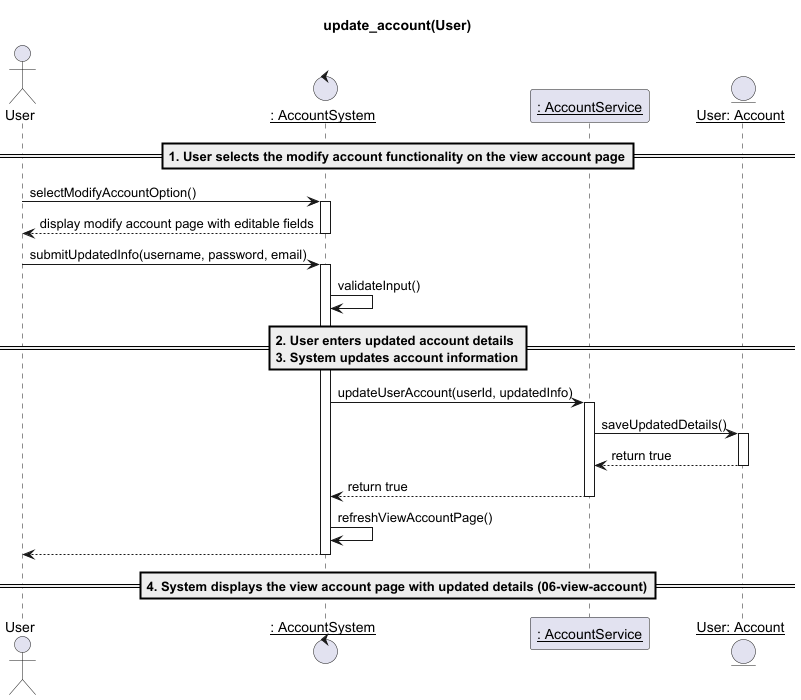
Above: 02-analysis/usecases/images/03-update-account(User).png in mrle0429/Event-Management-System (PlantUML), before the change.
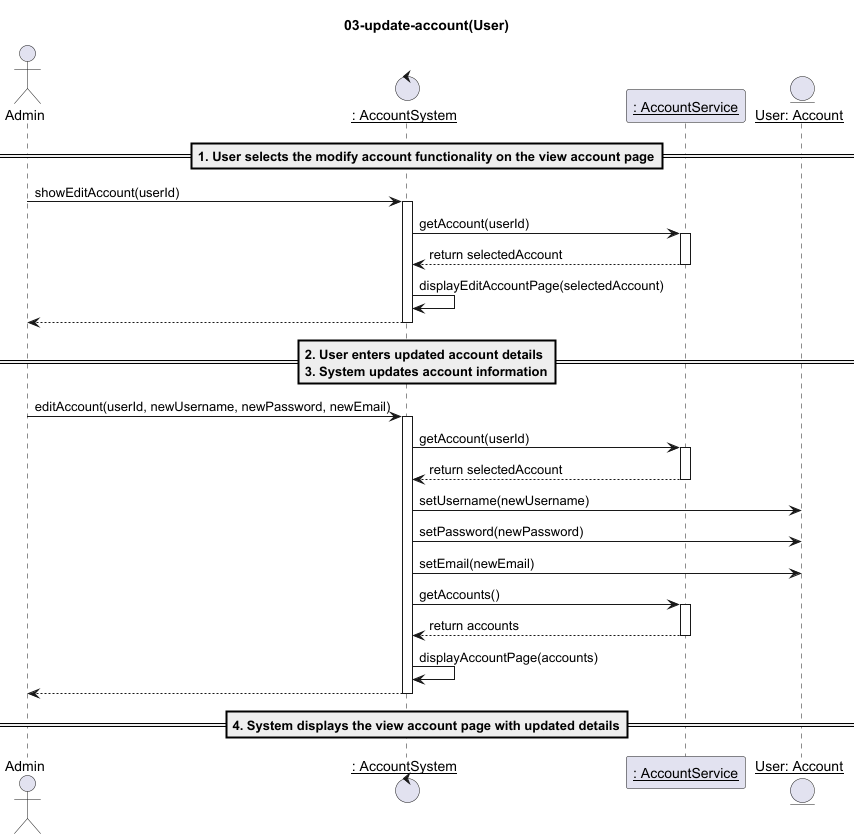
After the change.

Commit message:
Complete the sequence diagram codes for deleting an account, updating an account, and viewing account details, along with naming format corrections and file organization.

Change to the diagram source:
```diff
@@ -1,40 +1,44 @@
 @startuml
-title: update_account(User)
-actor "User" as u
+title: 03-update-account(User)
+actor "Admin" as u
 control "__: AccountSystem__" as c
 participant "__: AccountService__" as s
 entity "__User: Account__" as a
 
 ==1. User selects the modify account functionality on the view account page==
 
-u -> c : selectModifyAccountOption()
+u -> c : showEditAccount(userId)
 activate c
-c --> u : display modify account page with editable fields
+c -> s : getAccount(userId)
+activate s
+
+s --> c : return selectedAccount
+deactivate s
+c -> c  : displayEditAccountPage(selectedAccount)
+c --> u
 deactivate c
-
-
-
-u -> c : submitUpdatedInfo(username, password, email)
-activate c
-c -> c : validateInput()
 
 ==2. User enters updated account details\n3. System updates account information==
 
-c -> s : updateUserAccount(userId, updatedInfo)
+u -> c : editAccount(userId, newUsername, newPassword, newEmail)
+activate c
+c -> s : getAccount(userId)
 activate s
-s -> a : saveUpdatedDetails()
-activate a
-a --> s : return true
-deactivate a
 
-s --> c : return true
+s --> c : return selectedAccount
 deactivate s
 
+c -> a : setUsername(newUsername)
+c -> a : setPassword(newPassword)
+c -> a : setEmail(newEmail)
 
+c -> s : getAccounts()
+activate s
+s --> c : return accounts
+deactivate s
+c -> c  : displayAccountPage(accounts)
+c --> u
+deactivate c
 
-c -> c : refreshViewAccountPage()
-c --> u :
-
-deactivate c
-==4. System displays the view account page with updated details (06-view-account)==
+==4. System displays the view account page with updated details==
 @enduml
```
